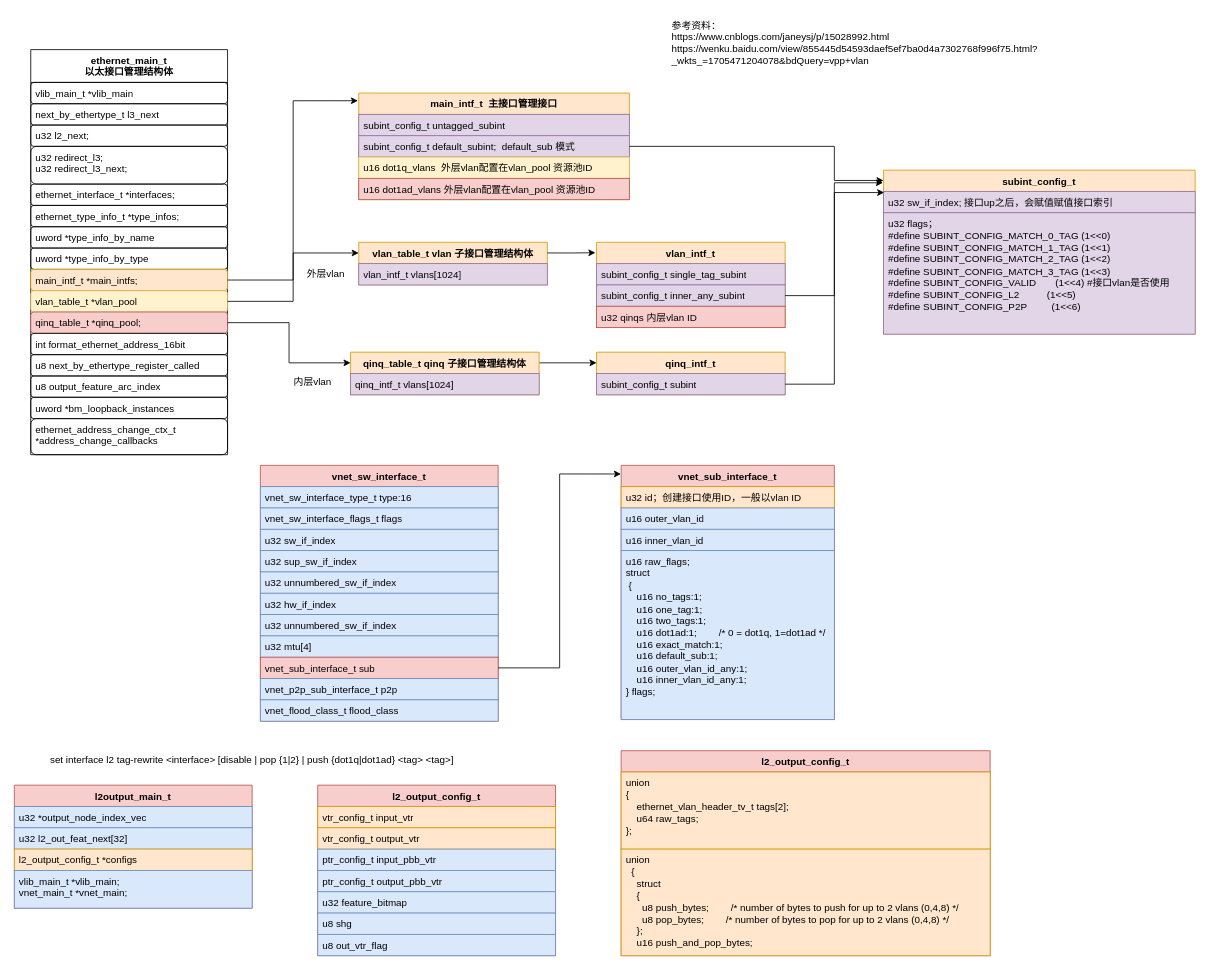
Earlier version of the draw.io diagram new_map/vlan_qinq.drawio (jin13417/dpdk-vpp-learning). Source tidied: cells renumbered, new cells numbered last; positions are measured from the earlier drawing's top-left corner, leaving out a move shared by most shapes. Both pictures are drawn from the tidied source at 82%, with x=0, y=0 at pixel (14, 14).
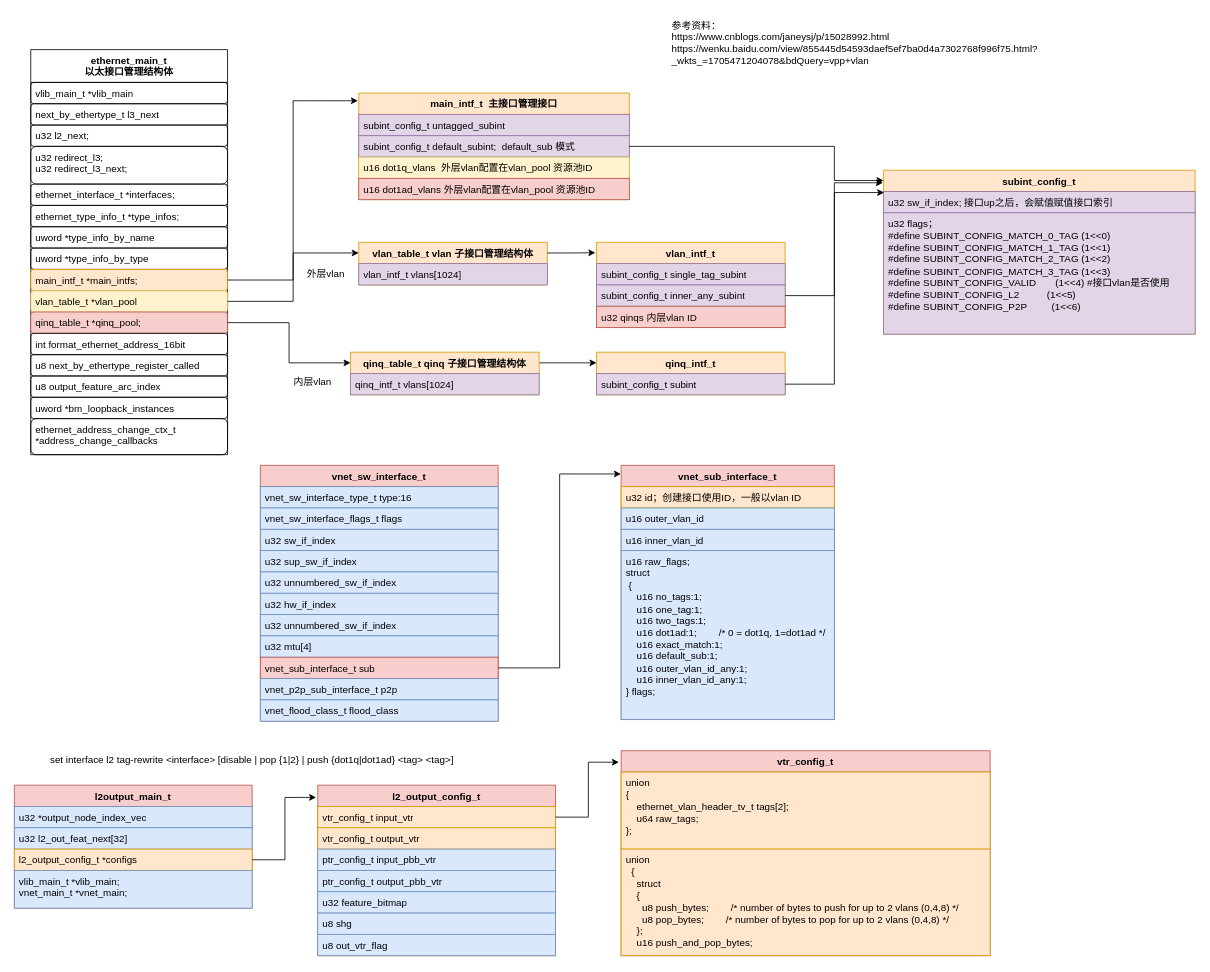
Above is the later version.

Unchanged cells that the change refers to:
```xml
<mxCell id="63" value="l2_output_config_t *configs" style="text;strokeColor=#d79b00;fillColor=#ffe6cc;align=left;verticalAlign=top;spacingLeft=4;spacingRight=4;overflow=hidden;points=[[0,0.5],[1,0.5]];portConstraint=eastwest;whiteSpace=wrap;html=1;" parent="60" vertex="1">
  <mxGeometry y="78" width="290" height="26" as="geometry" />
</mxCell>
<mxCell id="65" value="l2_output_config_t" style="swimlane;fontStyle=1;align=center;verticalAlign=top;horizontal=1;startSize=26;whiteSpace=wrap;html=1;fillColor=#f8cecc;strokeColor=#b85450;" parent="1" vertex="1">
  <mxGeometry x="370" y="940" width="290" height="208" as="geometry" />
</mxCell>
<mxCell id="66" value="vtr_config_t input_vtr" style="text;strokeColor=#d79b00;fillColor=#ffe6cc;align=left;verticalAlign=top;spacingLeft=4;spacingRight=4;overflow=hidden;points=[[0,0.5],[1,0.5]];portConstraint=eastwest;whiteSpace=wrap;html=1;" parent="65" vertex="1">
  <mxGeometry y="26" width="290" height="26" as="geometry" />
</mxCell>
```

Diff of the diagram source:
```diff
@@
-    <mxCell id="67" value="vtr_config_t output_vtr" style="text;strokeColor=#d79b00;fillColor=#ffe6cc;align=left;verticalAlign=top;spacingLeft=4;spacingRight=4;overflow=hidden;whiteSpace=wrap;html=1;" parent="65" vertex="1">
+    <mxCell id="67" value="vtr_config_t output&lt;span style=&quot;background-color: initial;&quot;&gt;_vtr&lt;/span&gt;" style="text;strokeColor=#d79b00;fillColor=#ffe6cc;align=left;verticalAlign=top;spacingLeft=4;spacingRight=4;overflow=hidden;whiteSpace=wrap;html=1;" parent="65" vertex="1">
       <mxGeometry y="52" width="290" height="26" as="geometry" />
     </mxCell>
@@
-    <mxCell id="73" value="l2_output_config_t" style="swimlane;fontStyle=1;align=center;verticalAlign=top;horizontal=1;startSize=26;whiteSpace=wrap;html=1;fillColor=#f8cecc;strokeColor=#b85450;" parent="1" vertex="1">
+    <mxCell id="73" value="vtr_config_t" style="swimlane;fontStyle=1;align=center;verticalAlign=top;horizontal=1;startSize=26;whiteSpace=wrap;html=1;fillColor=#f8cecc;strokeColor=#b85450;" parent="1" vertex="1">
       <mxGeometry x="740" y="898" width="450" height="250" as="geometry" />
     </mxCell>
@@
+    <mxCell id="83" style="edgeStyle=orthogonalEdgeStyle;rounded=0;jettySize=auto;html=1;exitX=1;exitY=0.5;exitDx=0;exitDy=0;entryX=-0.007;entryY=0.072;entryDx=0;entryDy=0;entryPerimeter=0;" parent="1" edge="1" source="63" target="65">
+      <mxGeometry relative="1" as="geometry" />
+    </mxCell>
+    <mxCell id="84" style="edgeStyle=orthogonalEdgeStyle;rounded=0;jettySize=auto;html=1;exitX=1;exitY=0.5;exitDx=0;exitDy=0;entryX=-0.006;entryY=0.056;entryDx=0;entryDy=0;entryPerimeter=0;" parent="1" edge="1" source="66" target="73">
+      <mxGeometry relative="1" as="geometry" />
+    </mxCell>
```
